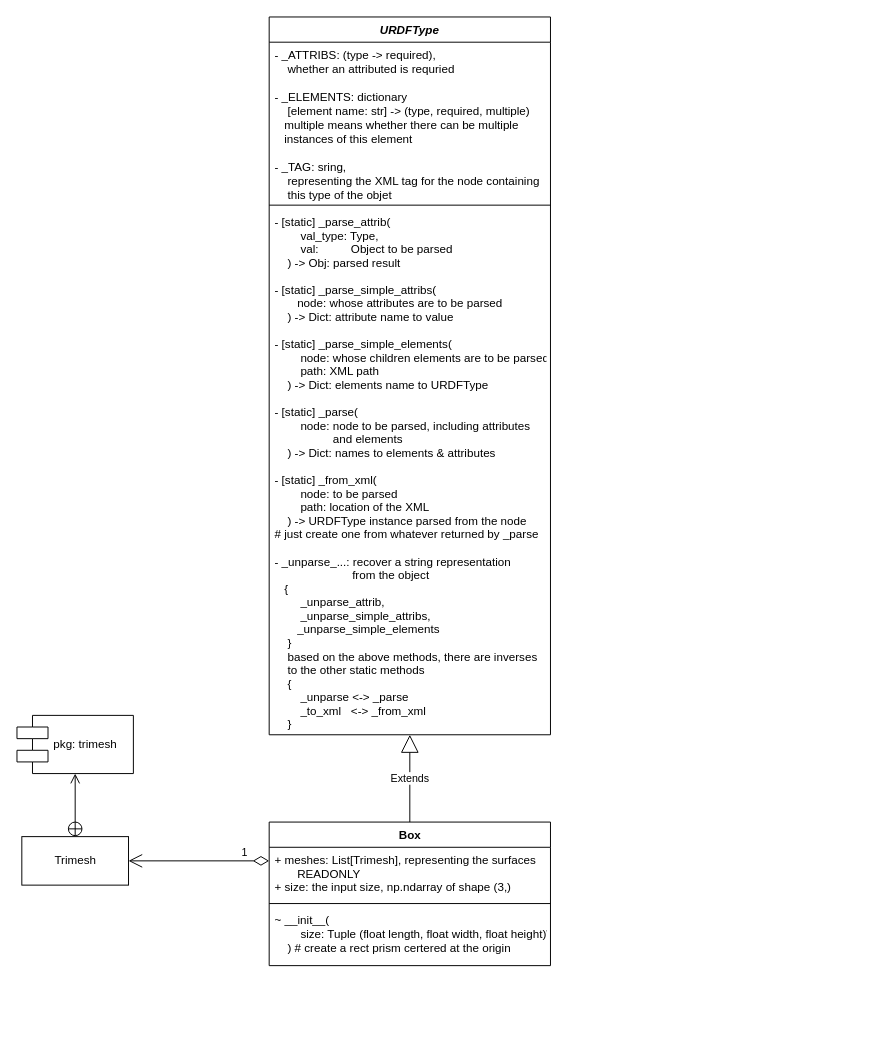
This is docs/URDFPY.drawio from fyp21011/urdfpy, a draw.io file, before an edit. Source tidied: cells renumbered, new cells numbered last; positions are measured from the earlier drawing's top-left corner, leaving out a move shared by most shapes. Both pictures are drawn from the tidied source at 97%, with x=0, y=0 at pixel (16, 16).
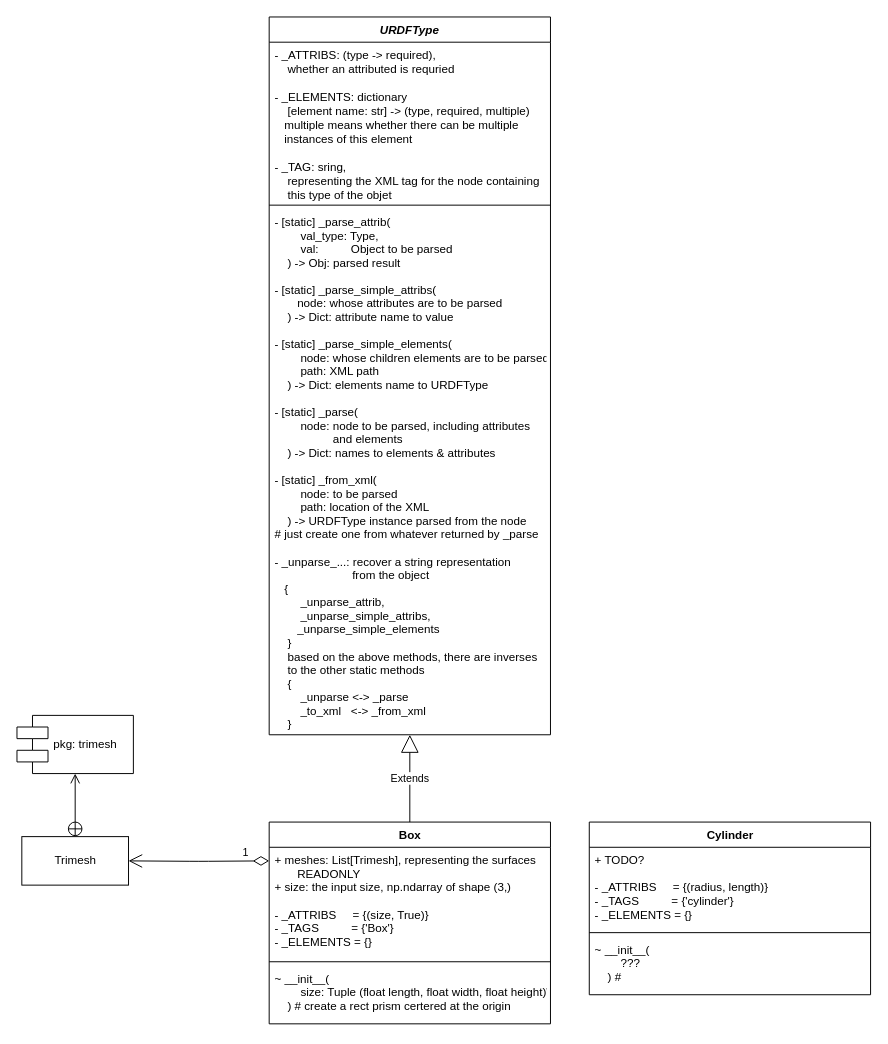
The same page after the edit.

Commit message:
Add tags & attributes

What changed in the source:
```diff
@@
 <mxGraphModel>
   <root>
     <mxCell id="0" />
     <mxCell id="1" parent="0" />
     <mxCell id="2" value="URDFType" style="swimlane;fontStyle=3;align=center;verticalAlign=top;horizontal=1;startSize=26;" parent="1" vertex="1">
       <mxGeometry x="260" width="290" height="740" as="geometry" />
     </mxCell>
     <mxCell id="3" value="- _ATTRIBS: (type -&amp;gt; required), &lt;br&gt;    whether an attributed is requried &lt;br&gt;&lt;br&gt;- _ELEMENTS: dictionary&lt;br&gt;    [element name: str] -&amp;gt; (type, required, multiple)&lt;br&gt;   multiple means whether there can be multiple&lt;br&gt;   instances of this element&lt;br&gt;&lt;br&gt;- _TAG: sring,&lt;br&gt;    representing the XML tag for the node containing&lt;br&gt;    this type of the objet" style="text;strokeColor=none;fillColor=none;align=left;verticalAlign=top;spacingLeft=4;spacingRight=4;overflow=hidden;html=1;" parent="2" vertex="1">
       <mxGeometry y="26" width="290" height="164" as="geometry" />
     </mxCell>
     <mxCell id="4" style="line;strokeWidth=1;fillColor=none;align=left;verticalAlign=middle;spacingTop=-1;spacingLeft=3;spacingRight=3;labelPosition=right;" parent="2" vertex="1">
       <mxGeometry y="190" width="290" height="8" as="geometry" />
     </mxCell>
     <mxCell id="5" value="- [static] _parse_attrib(&#10;        val_type: Type,&#10;        val:          Object to be parsed&#10;    ) -&gt; Obj: parsed result&#10;&#10;- [static] _parse_simple_attribs(&#10;       node: whose attributes are to be parsed&#10;    ) -&gt; Dict: attribute name to value&#10;&#10;- [static] _parse_simple_elements(&#10;        node: whose children elements are to be parsed,&#10;        path: XML path&#10;    ) -&gt; Dict: elements name to URDFType&#10;&#10;- [static] _parse(&#10;        node: node to be parsed, including attributes&#10;                  and elements&#10;    ) -&gt; Dict: names to elements &amp; attributes&#10;&#10;- [static] _from_xml(&#10;        node: to be parsed&#10;        path: location of the XML&#10;    ) -&gt; URDFType instance parsed from the node&#10;# just create one from whatever returned by _parse&#10;&#10;- _unparse_...: recover a string representation&#10;                        from the object&#10;   {&#10;        _unparse_attrib,&#10;        _unparse_simple_attribs,&#10;       _unparse_simple_elements&#10;    }&#10;    based on the above methods, there are inverses&#10;    to the other static methods&#10;    {&#10;        _unparse &lt;-&gt; _parse&#10;        _to_xml   &lt;-&gt; _from_xml&#10;    }" style="text;strokeColor=none;fillColor=none;align=left;verticalAlign=top;spacingLeft=4;spacingRight=4;overflow=hidden;points=[[0,0.5],[1,0.5]];portConstraint=eastwest;" parent="2" vertex="1">
       <mxGeometry y="198" width="290" height="542" as="geometry" />
     </mxCell>
     <mxCell id="6" value="Box" style="swimlane;fontStyle=1;align=center;verticalAlign=top;horizontal=1;startSize=26;html=1;" parent="1" vertex="1">
-      <mxGeometry x="260" y="830" width="290" height="148" as="geometry" />
+      <mxGeometry x="260" y="830" width="290" height="208" as="geometry" />
     </mxCell>
-    <mxCell id="7" value="+ meshes: List[Trimesh], representing the surfaces&#10;       READONLY&#10;+ size: the input size, np.ndarray of shape (3,)" style="text;strokeColor=none;fillColor=none;align=left;verticalAlign=top;spacingLeft=4;spacingRight=4;overflow=hidden;points=[[0,0.5],[1,0.5]];portConstraint=eastwest;" parent="6" vertex="1">
-      <mxGeometry y="26" width="290" height="54" as="geometry" />
+    <mxCell id="7" value="+ meshes: List[Trimesh], representing the surfaces&#10;       READONLY&#10;+ size: the input size, np.ndarray of shape (3,)&#10;&#10;- _ATTRIBS     = {(size, True)}&#10;- _TAGS          = {'Box'}&#10;- _ELEMENTS = {}" style="text;strokeColor=none;fillColor=none;align=left;verticalAlign=top;spacingLeft=4;spacingRight=4;overflow=hidden;points=[[0,0.5],[1,0.5]];portConstraint=eastwest;" parent="6" vertex="1">
+      <mxGeometry y="26" width="290" height="114" as="geometry" />
     </mxCell>
     <mxCell id="8" style="line;strokeWidth=1;fillColor=none;align=left;verticalAlign=middle;spacingTop=-1;spacingLeft=3;spacingRight=3;labelPosition=right;" parent="6" vertex="1">
-      <mxGeometry y="80" width="290" height="8" as="geometry" />
+      <mxGeometry y="140" width="290" height="8" as="geometry" />
     </mxCell>
     <mxCell id="9" value="~ __init__(&#10;        size: Tuple (float length, float width, float height)\&#10;    ) # create a rect prism certered at the origin " style="text;strokeColor=none;fillColor=none;align=left;verticalAlign=top;spacingLeft=4;spacingRight=4;overflow=hidden;" parent="6" vertex="1">
-      <mxGeometry y="88" width="290" height="60" as="geometry" />
+      <mxGeometry y="148" width="290" height="60" as="geometry" />
     </mxCell>
     <mxCell id="10" value="Extends" style="endArrow=block;endSize=16;endFill=0;html=1;exitX=0.5;exitY=0;exitDx=0;exitDy=0;" parent="1" edge="1" source="6" target="5">
       <mxGeometry relative="1" as="geometry" />
     </mxCell>
-    <mxCell id="11" value="1" style="endArrow=open;html=1;endSize=12;startArrow=diamondThin;startSize=14;startFill=0;edgeStyle=orthogonalEdgeStyle;align=left;verticalAlign=bottom;exitX=0;exitY=0.259;exitDx=0;exitDy=0;exitPerimeter=0;" parent="1" edge="1" source="7" target="12">
+    <mxCell id="11" value="1" style="endArrow=open;html=1;endSize=12;startArrow=diamondThin;startSize=14;startFill=0;edgeStyle=orthogonalEdgeStyle;align=left;verticalAlign=bottom;" parent="1" edge="1" target="12">
       <mxGeometry y="-43" relative="1" as="geometry">
+        <mxPoint x="260" y="870" as="sourcePoint" />
         <mxPoint x="43" y="43" as="offset" />
       </mxGeometry>
     </mxCell>
     <mxCell id="12" value="Trimesh" style="html=1;" parent="1" vertex="1">
       <mxGeometry x="5" y="845" width="110" height="50" as="geometry" />
     </mxCell>
     <mxCell id="13" value="pkg: trimesh" style="shape=component;align=left;spacingLeft=36;html=1;" parent="1" vertex="1">
       <mxGeometry y="720" width="120" height="60" as="geometry" />
     </mxCell>
     <mxCell id="14" style="endArrow=open;startArrow=circlePlus;endFill=0;startFill=0;endSize=8;html=1;exitX=0.5;exitY=0;exitDx=0;exitDy=0;entryX=0.5;entryY=1;entryDx=0;entryDy=0;" parent="1" edge="1" source="12" target="13">
       <mxGeometry relative="1" as="geometry" />
     </mxCell>
+    <mxCell id="15" value="Cylinder" style="swimlane;fontStyle=1;align=center;verticalAlign=top;horizontal=1;startSize=26;html=1;" parent="1" vertex="1">
+      <mxGeometry x="590" y="830" width="290" height="178" as="geometry" />
+    </mxCell>
+    <mxCell id="16" value="+ TODO? &#10;&#10;- _ATTRIBS     = {(radius, length)}&#10;- _TAGS          = {'cylinder'}&#10;- _ELEMENTS = {}" style="text;strokeColor=none;fillColor=none;align=left;verticalAlign=top;spacingLeft=4;spacingRight=4;overflow=hidden;" parent="15" vertex="1">
+      <mxGeometry y="26" width="290" height="84" as="geometry" />
+    </mxCell>
+    <mxCell id="17" style="line;strokeWidth=1;fillColor=none;align=left;verticalAlign=middle;spacingTop=-1;spacingLeft=3;spacingRight=3;labelPosition=right;" parent="15" vertex="1">
+      <mxGeometry y="110" width="290" height="8" as="geometry" />
+    </mxCell>
+    <mxCell id="18" value="~ __init__(&#10;        ???&#10;    ) #  " style="text;strokeColor=none;fillColor=none;align=left;verticalAlign=top;spacingLeft=4;spacingRight=4;overflow=hidden;" parent="15" vertex="1">
+      <mxGeometry y="118" width="290" height="60" as="geometry" />
+    </mxCell>
   </root>
 </mxGraphModel>
```
